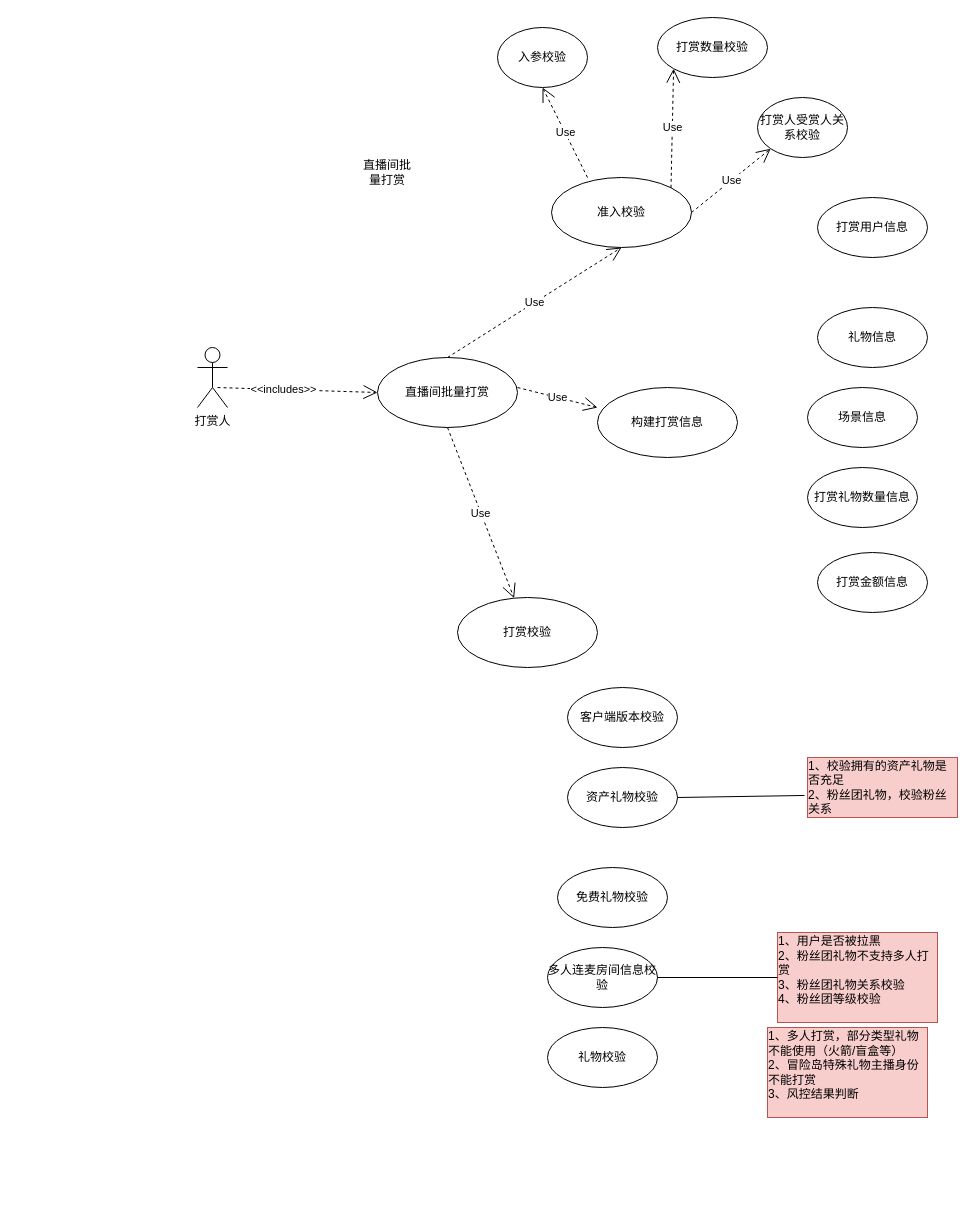
seuzxc/book keeps this draw.io diagram as reward_multi.drawio. Above is the earlier version. Source tidied: cells renumbered, new cells numbered last; positions are measured from the earlier drawing's top-left corner, leaving out a move shared by most shapes. Both pictures are drawn from the tidied source at 100%, with x=0, y=0 at pixel (197, 17).
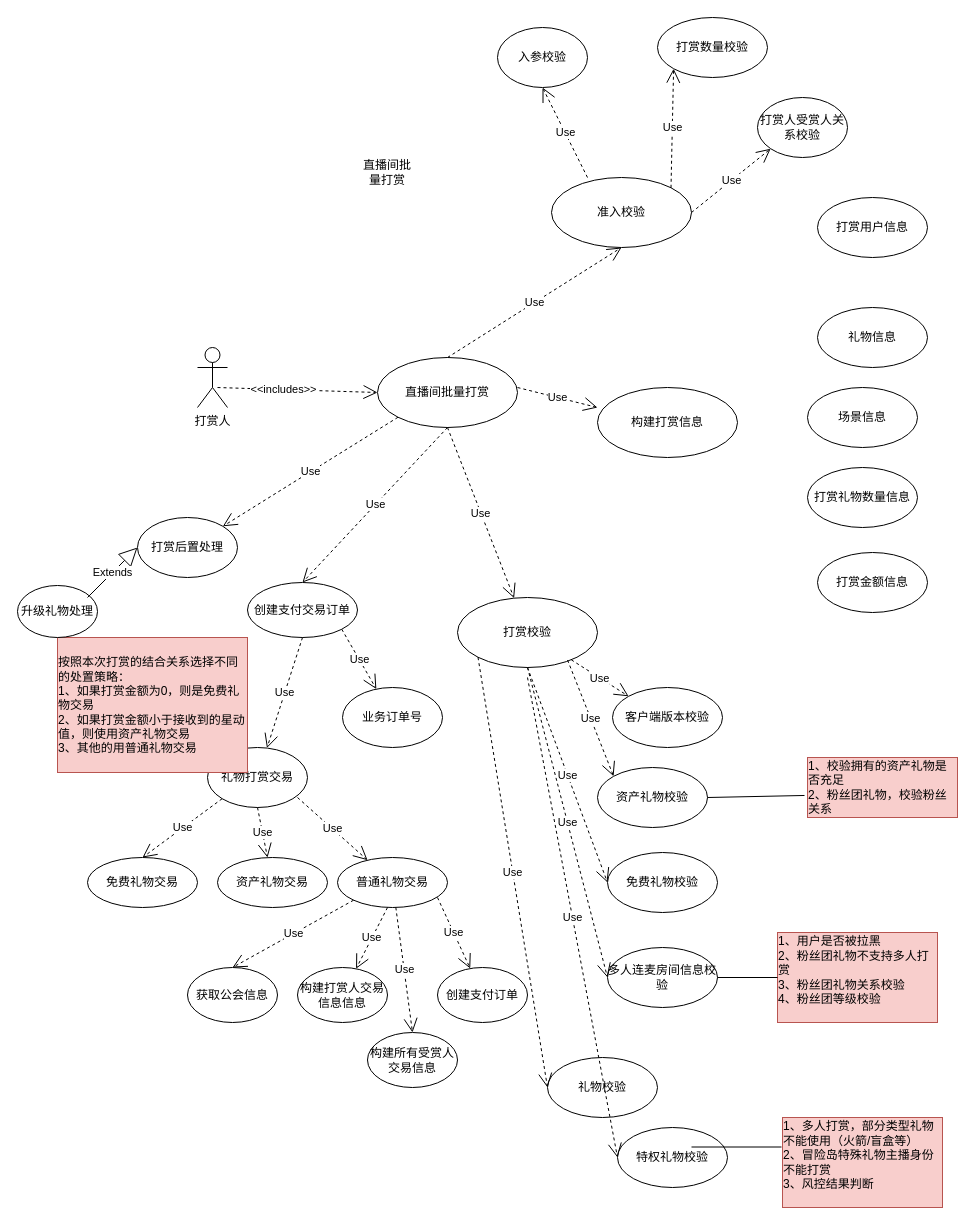
The same page after the edit.

The change refers to these unchanged cells:
```xml
<mxCell id="18" value="直播间批量打赏" style="ellipse;whiteSpace=wrap;html=1;" parent="1" vertex="1">
  <mxGeometry x="180" y="340" width="140" height="70" as="geometry" />
</mxCell>
<mxCell id="19" value="打赏校验" style="ellipse;whiteSpace=wrap;html=1;" parent="1" vertex="1">
  <mxGeometry x="260" y="580" width="140" height="70" as="geometry" />
</mxCell>
```

What changed in the source:
```diff
@@
     <mxCell id="23" value="客户端版本校验" style="ellipse;whiteSpace=wrap;html=1;" parent="1" vertex="1">
-      <mxGeometry x="370" y="670" width="110" height="60" as="geometry" />
+      <mxGeometry x="415" y="670" width="110" height="60" as="geometry" />
     </mxCell>
     <mxCell id="24" value="资产礼物校验" style="ellipse;whiteSpace=wrap;html=1;" parent="1" vertex="1">
-      <mxGeometry x="370" y="750" width="110" height="60" as="geometry" />
+      <mxGeometry x="400" y="750" width="110" height="60" as="geometry" />
     </mxCell>
@@
     <mxCell id="27" value="免费礼物校验" style="ellipse;whiteSpace=wrap;html=1;" parent="1" vertex="1">
-      <mxGeometry x="360" y="850" width="110" height="60" as="geometry" />
+      <mxGeometry x="410" y="835" width="110" height="60" as="geometry" />
     </mxCell>
     <mxCell id="28" value="多人连麦房间信息校验" style="ellipse;whiteSpace=wrap;html=1;" parent="1" vertex="1">
-      <mxGeometry x="350" y="930" width="110" height="60" as="geometry" />
+      <mxGeometry x="410" y="930" width="110" height="60" as="geometry" />
     </mxCell>
@@
     <mxCell id="31" value="礼物校验" style="ellipse;whiteSpace=wrap;html=1;" parent="1" vertex="1">
-      <mxGeometry x="350" y="1010" width="110" height="60" as="geometry" />
+      <mxGeometry x="350" y="1040" width="110" height="60" as="geometry" />
     </mxCell>
     <mxCell id="32" value="&lt;div style=&quot;text-align: left;&quot;&gt;&lt;span style=&quot;background-color: initial;&quot;&gt;1、多人打赏，部分类型礼物不能使用（火箭/盲盒等）&lt;/span&gt;&lt;/div&gt;&lt;div style=&quot;text-align: left;&quot;&gt;&lt;span style=&quot;background-color: initial;&quot;&gt;2、冒险岛特殊礼物主播身份不能打赏&lt;/span&gt;&lt;/div&gt;&lt;div style=&quot;text-align: left;&quot;&gt;&lt;span style=&quot;background-color: initial;&quot;&gt;3、风控结果判断&lt;/span&gt;&lt;/div&gt;&lt;div style=&quot;text-align: left;&quot;&gt;&lt;span style=&quot;background-color: initial;&quot;&gt;&lt;br&gt;&lt;/span&gt;&lt;/div&gt;" style="text;html=1;strokeColor=#b85450;fillColor=#f8cecc;align=center;verticalAlign=middle;whiteSpace=wrap;rounded=0;" parent="1" vertex="1">
-      <mxGeometry x="570" y="1010" width="160" height="90" as="geometry" />
+      <mxGeometry x="585" y="1100" width="160" height="90" as="geometry" />
     </mxCell>
+    <mxCell id="33" value="特权礼物校验" style="ellipse;whiteSpace=wrap;html=1;" parent="1" vertex="1">
+      <mxGeometry x="420" y="1110" width="110" height="60" as="geometry" />
+    </mxCell>
+    <mxCell id="34" value="创建支付交易订单" style="ellipse;whiteSpace=wrap;html=1;" parent="1" vertex="1">
+      <mxGeometry x="50" y="565" width="110" height="55" as="geometry" />
+    </mxCell>
+    <mxCell id="35" value="业务订单号" style="ellipse;whiteSpace=wrap;html=1;" parent="1" vertex="1">
+      <mxGeometry x="145" y="670" width="100" height="60" as="geometry" />
+    </mxCell>
+    <mxCell id="36" value="礼物打赏交易" style="ellipse;whiteSpace=wrap;html=1;" parent="1" vertex="1">
+      <mxGeometry x="10" y="730" width="100" height="60" as="geometry" />
+    </mxCell>
+    <mxCell id="37" value="免费礼物交易" style="ellipse;whiteSpace=wrap;html=1;" parent="1" vertex="1">
+      <mxGeometry x="-110" y="840" width="110" height="50" as="geometry" />
+    </mxCell>
+    <mxCell id="38" value="普通礼物交易" style="ellipse;whiteSpace=wrap;html=1;" parent="1" vertex="1">
+      <mxGeometry x="140" y="840" width="110" height="50" as="geometry" />
+    </mxCell>
+    <mxCell id="39" value="资产礼物交易" style="ellipse;whiteSpace=wrap;html=1;" parent="1" vertex="1">
+      <mxGeometry x="20" y="840" width="110" height="50" as="geometry" />
+    </mxCell>
+    <mxCell id="40" value="&lt;div style=&quot;text-align: left;&quot;&gt;按照本次打赏的结合关系选择不同的处置策略：&lt;br&gt;1、如果打赏金额为0，则是免费礼物交易&lt;/div&gt;&lt;div style=&quot;text-align: left;&quot;&gt;2、如果打赏金额小于接收到的星动值，则使用资产礼物交易&lt;/div&gt;&lt;div style=&quot;text-align: left;&quot;&gt;3、其他的用普通礼物交易&lt;/div&gt;" style="text;html=1;strokeColor=#b85450;fillColor=#f8cecc;align=center;verticalAlign=middle;whiteSpace=wrap;rounded=0;" parent="1" vertex="1">
+      <mxGeometry x="-140" y="620" width="190" height="135" as="geometry" />
+    </mxCell>
+    <mxCell id="41" value="获取公会信息" style="ellipse;whiteSpace=wrap;html=1;" parent="1" vertex="1">
+      <mxGeometry x="-10" y="950" width="90" height="55" as="geometry" />
+    </mxCell>
+    <mxCell id="42" value="构建打赏人交易信息信息" style="ellipse;whiteSpace=wrap;html=1;" parent="1" vertex="1">
+      <mxGeometry x="100" y="950" width="90" height="55" as="geometry" />
+    </mxCell>
+    <mxCell id="43" value="构建所有受赏人交易信息" style="ellipse;whiteSpace=wrap;html=1;" parent="1" vertex="1">
+      <mxGeometry x="170" y="1015" width="90" height="55" as="geometry" />
+    </mxCell>
+    <mxCell id="44" value="创建支付订单" style="ellipse;whiteSpace=wrap;html=1;" parent="1" vertex="1">
+      <mxGeometry x="240" y="950" width="90" height="55" as="geometry" />
+    </mxCell>
+    <mxCell id="45" value="Use" style="endArrow=open;endSize=12;dashed=1;html=1;rounded=0;entryX=0.5;entryY=0;entryDx=0;entryDy=0;" parent="1" edge="1" target="34">
+      <mxGeometry relative="1" as="geometry">
+        <mxPoint x="250" y="410" as="sourcePoint" />
+      </mxGeometry>
+    </mxCell>
+    <mxCell id="46" value="Use" style="endArrow=open;endSize=12;dashed=1;html=1;rounded=0;exitX=0.5;exitY=1;exitDx=0;exitDy=0;" parent="1" edge="1" source="34" target="36">
+      <mxGeometry relative="1" as="geometry" />
+    </mxCell>
+    <mxCell id="47" value="Use" style="endArrow=open;endSize=12;dashed=1;html=1;rounded=0;exitX=1;exitY=1;exitDx=0;exitDy=0;" parent="1" edge="1" source="34" target="35">
+      <mxGeometry relative="1" as="geometry" />
+    </mxCell>
+    <mxCell id="48" value="Use" style="endArrow=open;endSize=12;dashed=1;html=1;rounded=0;entryX=0.5;entryY=0;entryDx=0;entryDy=0;exitX=0;exitY=1;exitDx=0;exitDy=0;" parent="1" edge="1" source="36" target="37">
+      <mxGeometry relative="1" as="geometry" />
+    </mxCell>
+    <mxCell id="49" value="Use" style="endArrow=open;endSize=12;dashed=1;html=1;rounded=0;" parent="1" edge="1" target="39">
+      <mxGeometry relative="1" as="geometry">
+        <mxPoint x="60" y="790" as="sourcePoint" />
+      </mxGeometry>
+    </mxCell>
+    <mxCell id="50" value="Use" style="endArrow=open;endSize=12;dashed=1;html=1;rounded=0;" parent="1" edge="1" target="38">
+      <mxGeometry relative="1" as="geometry">
+        <mxPoint x="100" y="780" as="sourcePoint" />
+      </mxGeometry>
+    </mxCell>
+    <mxCell id="51" value="Use" style="endArrow=open;endSize=12;dashed=1;html=1;rounded=0;entryX=0.5;entryY=0;entryDx=0;entryDy=0;exitX=0;exitY=1;exitDx=0;exitDy=0;" parent="1" edge="1" source="38" target="41">
+      <mxGeometry relative="1" as="geometry" />
+    </mxCell>
+    <mxCell id="52" value="Use" style="endArrow=open;endSize=12;dashed=1;html=1;rounded=0;" parent="1" edge="1" target="42">
+      <mxGeometry relative="1" as="geometry">
+        <mxPoint x="190" y="890" as="sourcePoint" />
+      </mxGeometry>
+    </mxCell>
+    <mxCell id="53" value="Use" style="endArrow=open;endSize=12;dashed=1;html=1;rounded=0;" parent="1" edge="1" target="44">
+      <mxGeometry relative="1" as="geometry">
+        <mxPoint x="240" y="880" as="sourcePoint" />
+      </mxGeometry>
+    </mxCell>
+    <mxCell id="54" value="Use" style="endArrow=open;endSize=12;dashed=1;html=1;rounded=0;entryX=0.5;entryY=0;entryDx=0;entryDy=0;" parent="1" edge="1" source="38" target="43">
+      <mxGeometry relative="1" as="geometry" />
+    </mxCell>
+    <mxCell id="55" style="endArrow=none;html=1;rounded=0;entryX=0;entryY=0.5;entryDx=0;entryDy=0;exitX=1;exitY=0.5;exitDx=0;exitDy=0;" parent="1" edge="1">
+      <mxGeometry relative="1" as="geometry">
+        <mxPoint x="494" y="1129.5" as="sourcePoint" />
+        <mxPoint x="584" y="1129.5" as="targetPoint" />
+      </mxGeometry>
+    </mxCell>
+    <mxCell id="56" value="Use" style="endArrow=open;endSize=12;dashed=1;html=1;rounded=0;entryX=0;entryY=0;entryDx=0;entryDy=0;" parent="1" edge="1" source="19" target="23">
+      <mxGeometry relative="1" as="geometry" />
+    </mxCell>
+    <mxCell id="57" value="Use" style="endArrow=open;endSize=12;dashed=1;html=1;rounded=0;entryX=0;entryY=0;entryDx=0;entryDy=0;exitX=0.786;exitY=0.893;exitDx=0;exitDy=0;exitPerimeter=0;" parent="1" edge="1" source="19" target="24">
+      <mxGeometry relative="1" as="geometry" />
+    </mxCell>
+    <mxCell id="58" value="Use" style="endArrow=open;endSize=12;dashed=1;html=1;rounded=0;entryX=0;entryY=0.5;entryDx=0;entryDy=0;exitX=0.5;exitY=1;exitDx=0;exitDy=0;" parent="1" edge="1" source="19" target="27">
+      <mxGeometry relative="1" as="geometry" />
+    </mxCell>
+    <mxCell id="59" value="Use" style="endArrow=open;endSize=12;dashed=1;html=1;rounded=0;exitX=0.5;exitY=1;exitDx=0;exitDy=0;entryX=0;entryY=0.5;entryDx=0;entryDy=0;" parent="1" edge="1" source="19" target="28">
+      <mxGeometry relative="1" as="geometry" />
+    </mxCell>
+    <mxCell id="60" value="Use" style="endArrow=open;endSize=12;dashed=1;html=1;rounded=0;entryX=0;entryY=0.5;entryDx=0;entryDy=0;exitX=0;exitY=1;exitDx=0;exitDy=0;" parent="1" edge="1" source="19" target="31">
+      <mxGeometry relative="1" as="geometry" />
+    </mxCell>
+    <mxCell id="61" value="Use" style="endArrow=open;endSize=12;dashed=1;html=1;rounded=0;entryX=0;entryY=0.5;entryDx=0;entryDy=0;" parent="1" edge="1" target="33">
+      <mxGeometry relative="1" as="geometry">
+        <mxPoint x="330" y="660" as="sourcePoint" />
+      </mxGeometry>
+    </mxCell>
+    <mxCell id="62" value="打赏后置处理" style="ellipse;whiteSpace=wrap;html=1;" parent="1" vertex="1">
+      <mxGeometry x="-60" y="500" width="100" height="60" as="geometry" />
+    </mxCell>
+    <mxCell id="63" value="升级礼物处理" style="ellipse;whiteSpace=wrap;html=1;" parent="1" vertex="1">
+      <mxGeometry x="-180" y="568" width="80" height="52" as="geometry" />
+    </mxCell>
+    <mxCell id="64" value="Extends" style="endArrow=block;endSize=16;endFill=0;html=1;rounded=0;entryX=0;entryY=0.5;entryDx=0;entryDy=0;" parent="1" edge="1" target="62">
+      <mxGeometry x="0.01" relative="1" as="geometry">
+        <mxPoint x="-110" y="580" as="sourcePoint" />
+      </mxGeometry>
+    </mxCell>
+    <mxCell id="65" value="Use" style="endArrow=open;endSize=12;dashed=1;html=1;rounded=0;exitX=0;exitY=1;exitDx=0;exitDy=0;entryX=1;entryY=0;entryDx=0;entryDy=0;" parent="1" edge="1" source="18" target="62">
+      <mxGeometry relative="1" as="geometry" />
+    </mxCell>
```
